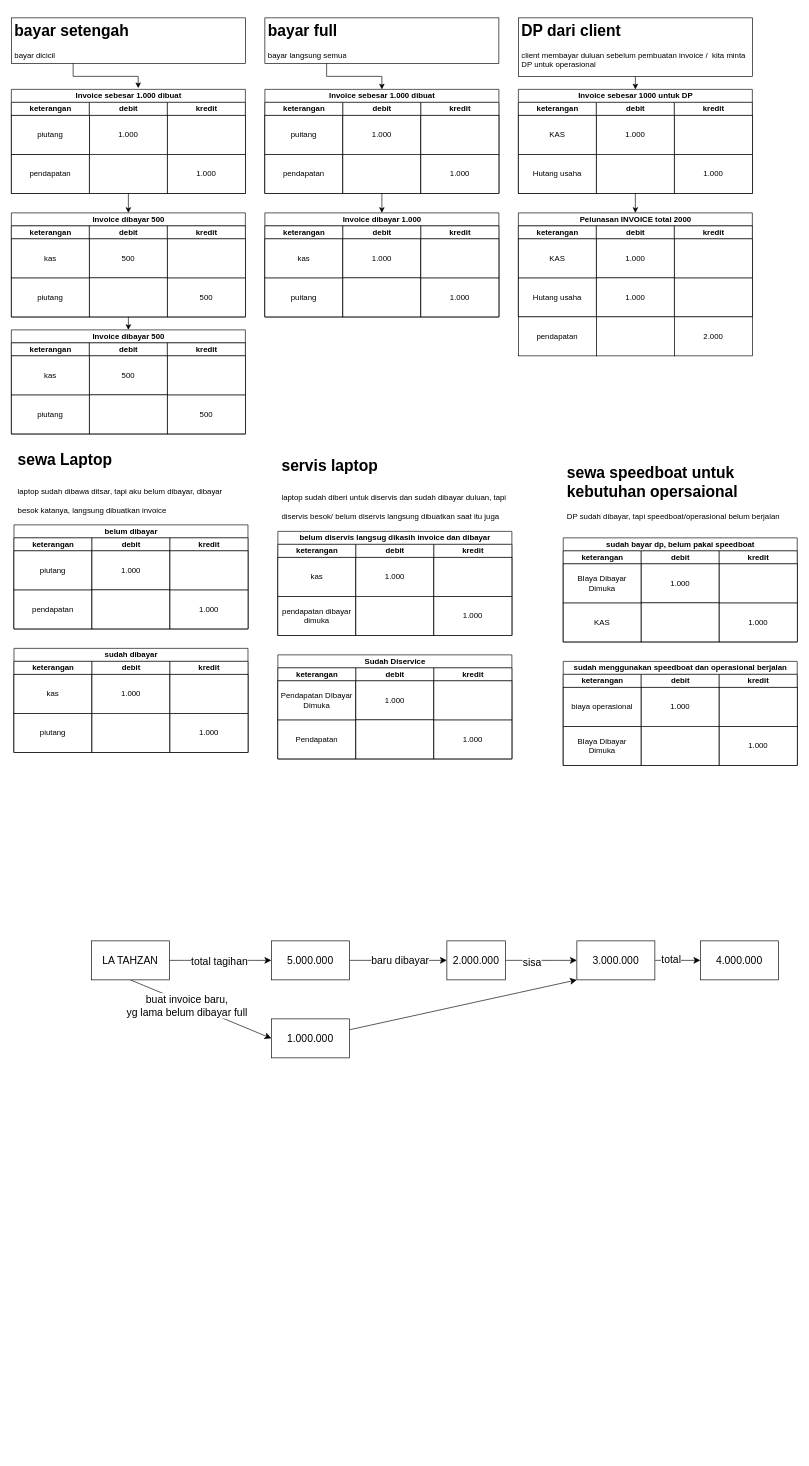
The draw.io diagram transaksi piutang.drawio in mieburungdara/draw.io_transaksipuitang, before the edit. Source tidied: cells renumbered, new cells numbered last; positions are measured from the earlier drawing's top-left corner, leaving out a move shared by most shapes. Both pictures are drawn from the tidied source at 65%, with x=0, y=0 at pixel (11, 18).
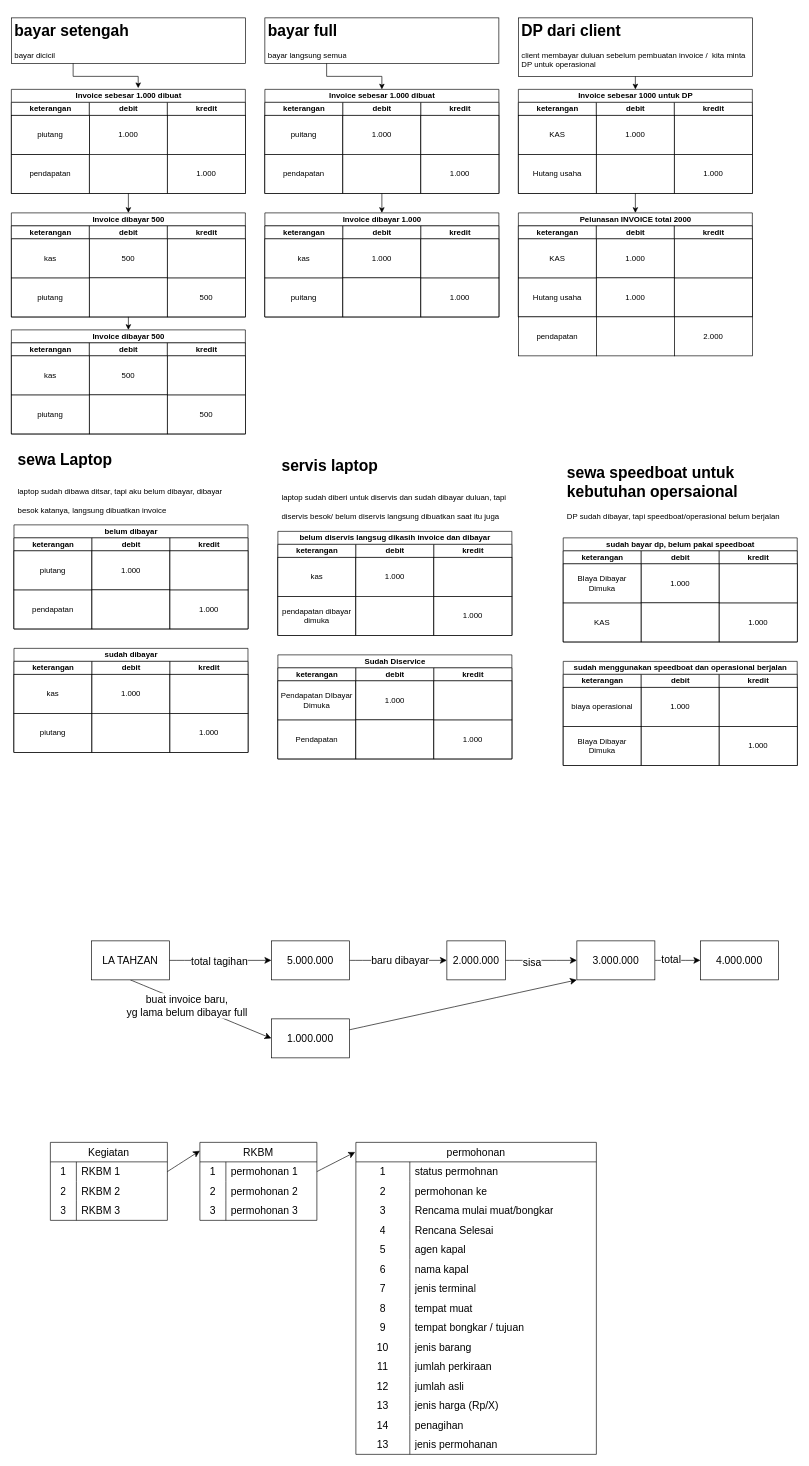
The same diagram, later.

What changed in the source:
```diff
@@
+    <mxCell id="169" value="RKBM" style="shape=table;startSize=30;childLayout=tableLayout;rowLines=0;fontStyle=0;strokeColor=default;fontSize=16;" parent="1" vertex="1">
+      <mxGeometry x="290" y="1730" width="180" height="120" as="geometry" />
+    </mxCell>
+    <mxCell id="170" style="shape=tableRow;horizontal=0;startSize=0;swimlaneHead=0;swimlaneBody=0;top=0;left=0;bottom=0;right=0;fillColor=none;points=[[0,0.5],[1,0.5]];portConstraint=eastwest;strokeColor=inherit;fontSize=16;" parent="169" vertex="1">
+      <mxGeometry y="30" width="180" height="30" as="geometry" />
+    </mxCell>
+    <mxCell id="171" value="1" style="shape=partialRectangle;html=1;whiteSpace=wrap;fillColor=none;top=0;left=0;bottom=0;right=0;overflow=hidden;strokeColor=inherit;fontSize=16;" parent="170" vertex="1">
+      <mxGeometry width="40" height="30" as="geometry" />
+    </mxCell>
+    <mxCell id="172" value="permohonan 1" style="shape=partialRectangle;html=1;whiteSpace=wrap;fillColor=none;top=0;left=0;bottom=0;right=0;align=left;spacingLeft=6;overflow=hidden;strokeColor=inherit;fontSize=16;" parent="170" vertex="1">
+      <mxGeometry x="40" width="140" height="30" as="geometry" />
+    </mxCell>
+    <mxCell id="173" style="shape=tableRow;horizontal=0;startSize=0;swimlaneHead=0;swimlaneBody=0;top=0;left=0;bottom=0;right=0;fillColor=none;strokeColor=inherit;fontSize=16;" parent="169" vertex="1">
+      <mxGeometry y="60" width="180" height="30" as="geometry" />
+    </mxCell>
+    <mxCell id="174" value="2" style="shape=partialRectangle;html=1;whiteSpace=wrap;fillColor=none;top=0;left=0;bottom=0;right=0;overflow=hidden;strokeColor=inherit;fontSize=16;" parent="173" vertex="1">
+      <mxGeometry width="40" height="30" as="geometry" />
+    </mxCell>
+    <mxCell id="175" value="permohonan&amp;nbsp;2" style="shape=partialRectangle;html=1;whiteSpace=wrap;fillColor=none;top=0;left=0;bottom=0;right=0;align=left;spacingLeft=6;overflow=hidden;strokeColor=inherit;fontSize=16;" parent="173" vertex="1">
+      <mxGeometry x="40" width="140" height="30" as="geometry" />
+    </mxCell>
+    <mxCell id="176" style="shape=tableRow;horizontal=0;startSize=0;swimlaneHead=0;swimlaneBody=0;top=0;left=0;bottom=0;right=0;fillColor=none;strokeColor=inherit;fontSize=16;" parent="169" vertex="1">
+      <mxGeometry y="90" width="180" height="30" as="geometry" />
+    </mxCell>
+    <mxCell id="177" value="3" style="shape=partialRectangle;html=1;whiteSpace=wrap;fillColor=none;top=0;left=0;bottom=0;right=0;overflow=hidden;strokeColor=inherit;fontSize=16;" parent="176" vertex="1">
+      <mxGeometry width="40" height="30" as="geometry" />
+    </mxCell>
+    <mxCell id="178" value="permohonan&amp;nbsp;3" style="shape=partialRectangle;html=1;whiteSpace=wrap;fillColor=none;top=0;left=0;bottom=0;right=0;align=left;spacingLeft=6;overflow=hidden;strokeColor=inherit;fontSize=16;" parent="176" vertex="1">
+      <mxGeometry x="40" width="140" height="30" as="geometry" />
+    </mxCell>
+    <mxCell id="179" value="Kegiatan" style="shape=table;startSize=30;childLayout=tableLayout;rowLines=0;fontStyle=0;strokeColor=default;fontSize=16;" parent="1" vertex="1">
+      <mxGeometry x="60" y="1730" width="180" height="120" as="geometry" />
+    </mxCell>
+    <mxCell id="180" style="shape=tableRow;horizontal=0;startSize=0;swimlaneHead=0;swimlaneBody=0;top=0;left=0;bottom=0;right=0;fillColor=none;points=[[0,0.5],[1,0.5]];portConstraint=eastwest;strokeColor=inherit;fontSize=16;" parent="179" vertex="1">
+      <mxGeometry y="30" width="180" height="30" as="geometry" />
+    </mxCell>
+    <mxCell id="181" value="1" style="shape=partialRectangle;html=1;whiteSpace=wrap;fillColor=none;top=0;left=0;bottom=0;right=0;overflow=hidden;strokeColor=inherit;fontSize=16;" parent="180" vertex="1">
+      <mxGeometry width="40" height="30" as="geometry" />
+    </mxCell>
+    <mxCell id="182" value="RKBM 1" style="shape=partialRectangle;html=1;whiteSpace=wrap;fillColor=none;top=0;left=0;bottom=0;right=0;align=left;spacingLeft=6;overflow=hidden;strokeColor=inherit;fontSize=16;" parent="180" vertex="1">
+      <mxGeometry x="40" width="140" height="30" as="geometry" />
+    </mxCell>
+    <mxCell id="183" style="shape=tableRow;horizontal=0;startSize=0;swimlaneHead=0;swimlaneBody=0;top=0;left=0;bottom=0;right=0;fillColor=none;strokeColor=inherit;fontSize=16;" parent="179" vertex="1">
+      <mxGeometry y="60" width="180" height="30" as="geometry" />
+    </mxCell>
+    <mxCell id="184" value="2" style="shape=partialRectangle;html=1;whiteSpace=wrap;fillColor=none;top=0;left=0;bottom=0;right=0;overflow=hidden;strokeColor=inherit;fontSize=16;" parent="183" vertex="1">
+      <mxGeometry width="40" height="30" as="geometry" />
+    </mxCell>
+    <mxCell id="185" value="RKBM&amp;nbsp;2" style="shape=partialRectangle;html=1;whiteSpace=wrap;fillColor=none;top=0;left=0;bottom=0;right=0;align=left;spacingLeft=6;overflow=hidden;strokeColor=inherit;fontSize=16;" parent="183" vertex="1">
+      <mxGeometry x="40" width="140" height="30" as="geometry" />
+    </mxCell>
+    <mxCell id="186" style="shape=tableRow;horizontal=0;startSize=0;swimlaneHead=0;swimlaneBody=0;top=0;left=0;bottom=0;right=0;fillColor=none;strokeColor=inherit;fontSize=16;" parent="179" vertex="1">
+      <mxGeometry y="90" width="180" height="30" as="geometry" />
+    </mxCell>
+    <mxCell id="187" value="3" style="shape=partialRectangle;html=1;whiteSpace=wrap;fillColor=none;top=0;left=0;bottom=0;right=0;overflow=hidden;strokeColor=inherit;fontSize=16;" parent="186" vertex="1">
+      <mxGeometry width="40" height="30" as="geometry" />
+    </mxCell>
+    <mxCell id="188" value="RKBM&amp;nbsp;3" style="shape=partialRectangle;html=1;whiteSpace=wrap;fillColor=none;top=0;left=0;bottom=0;right=0;align=left;spacingLeft=6;overflow=hidden;strokeColor=inherit;fontSize=16;" parent="186" vertex="1">
+      <mxGeometry x="40" width="140" height="30" as="geometry" />
+    </mxCell>
+    <mxCell id="189" style="edgeStyle=none;curved=1;rounded=0;jettySize=auto;html=1;exitX=1;exitY=0.5;exitDx=0;exitDy=0;entryX=0;entryY=0.108;entryDx=0;entryDy=0;entryPerimeter=0;fontSize=12;startSize=8;endSize=8;" parent="1" edge="1" source="180" target="169">
+      <mxGeometry relative="1" as="geometry" />
+    </mxCell>
+    <mxCell id="190" value="permohonan" style="shape=table;startSize=30;childLayout=tableLayout;rowLines=0;fontStyle=0;strokeColor=default;fontSize=16;" parent="1" vertex="1">
+      <mxGeometry x="530" y="1730" width="370" height="480" as="geometry" />
+    </mxCell>
+    <mxCell id="191" style="shape=tableRow;horizontal=0;startSize=0;swimlaneHead=0;swimlaneBody=0;top=0;left=0;bottom=0;right=0;fillColor=none;strokeColor=inherit;fontSize=16;" parent="190" vertex="1">
+      <mxGeometry y="30" width="370" height="30" as="geometry" />
+    </mxCell>
+    <mxCell id="192" value="1" style="shape=partialRectangle;html=1;whiteSpace=wrap;fillColor=none;top=0;left=0;bottom=0;right=0;overflow=hidden;strokeColor=inherit;fontSize=16;" parent="191" vertex="1">
+      <mxGeometry width="83" height="30" as="geometry" />
+    </mxCell>
+    <mxCell id="193" value="status permohnan" style="shape=partialRectangle;html=1;whiteSpace=wrap;fillColor=none;top=0;left=0;bottom=0;right=0;align=left;spacingLeft=6;overflow=hidden;strokeColor=inherit;fontSize=16;" parent="191" vertex="1">
+      <mxGeometry x="83" width="287" height="30" as="geometry" />
+    </mxCell>
+    <mxCell id="194" style="shape=tableRow;horizontal=0;startSize=0;swimlaneHead=0;swimlaneBody=0;top=0;left=0;bottom=0;right=0;fillColor=none;strokeColor=inherit;fontSize=16;" parent="190" vertex="1">
+      <mxGeometry y="60" width="370" height="30" as="geometry" />
+    </mxCell>
+    <mxCell id="195" value="2" style="shape=partialRectangle;html=1;whiteSpace=wrap;fillColor=none;top=0;left=0;bottom=0;right=0;overflow=hidden;strokeColor=inherit;fontSize=16;" parent="194" vertex="1">
+      <mxGeometry width="83" height="30" as="geometry" />
+    </mxCell>
+    <mxCell id="196" value="permohonan ke" style="shape=partialRectangle;html=1;whiteSpace=wrap;fillColor=none;top=0;left=0;bottom=0;right=0;align=left;spacingLeft=6;overflow=hidden;strokeColor=inherit;fontSize=16;" parent="194" vertex="1">
+      <mxGeometry x="83" width="287" height="30" as="geometry" />
+    </mxCell>
+    <mxCell id="197" style="shape=tableRow;horizontal=0;startSize=0;swimlaneHead=0;swimlaneBody=0;top=0;left=0;bottom=0;right=0;fillColor=none;strokeColor=inherit;fontSize=16;" parent="190" vertex="1">
+      <mxGeometry y="90" width="370" height="30" as="geometry" />
+    </mxCell>
+    <mxCell id="198" value="3" style="shape=partialRectangle;html=1;whiteSpace=wrap;fillColor=none;top=0;left=0;bottom=0;right=0;overflow=hidden;strokeColor=inherit;fontSize=16;" parent="197" vertex="1">
+      <mxGeometry width="83" height="30" as="geometry" />
+    </mxCell>
+    <mxCell id="199" value="Rencama mulai muat/bongkar" style="shape=partialRectangle;html=1;whiteSpace=wrap;fillColor=none;top=0;left=0;bottom=0;right=0;align=left;spacingLeft=6;overflow=hidden;strokeColor=inherit;fontSize=16;" parent="197" vertex="1">
+      <mxGeometry x="83" width="287" height="30" as="geometry" />
+    </mxCell>
+    <mxCell id="200" style="shape=tableRow;horizontal=0;startSize=0;swimlaneHead=0;swimlaneBody=0;top=0;left=0;bottom=0;right=0;fillColor=none;strokeColor=inherit;fontSize=16;" parent="190" vertex="1">
+      <mxGeometry y="120" width="370" height="30" as="geometry" />
+    </mxCell>
+    <mxCell id="201" value="4" style="shape=partialRectangle;html=1;whiteSpace=wrap;fillColor=none;top=0;left=0;bottom=0;right=0;overflow=hidden;strokeColor=inherit;fontSize=16;" parent="200" vertex="1">
+      <mxGeometry width="83" height="30" as="geometry" />
+    </mxCell>
+    <mxCell id="202" value="Rencana Selesai" style="shape=partialRectangle;html=1;whiteSpace=wrap;fillColor=none;top=0;left=0;bottom=0;right=0;align=left;spacingLeft=6;overflow=hidden;strokeColor=inherit;fontSize=16;" parent="200" vertex="1">
+      <mxGeometry x="83" width="287" height="30" as="geometry" />
+    </mxCell>
+    <mxCell id="203" style="shape=tableRow;horizontal=0;startSize=0;swimlaneHead=0;swimlaneBody=0;top=0;left=0;bottom=0;right=0;fillColor=none;strokeColor=inherit;fontSize=16;" parent="190" vertex="1">
+      <mxGeometry y="150" width="370" height="30" as="geometry" />
+    </mxCell>
+    <mxCell id="204" value="5" style="shape=partialRectangle;html=1;whiteSpace=wrap;fillColor=none;top=0;left=0;bottom=0;right=0;overflow=hidden;strokeColor=inherit;fontSize=16;" parent="203" vertex="1">
+      <mxGeometry width="83" height="30" as="geometry" />
+    </mxCell>
+    <mxCell id="205" value="agen kapal" style="shape=partialRectangle;html=1;whiteSpace=wrap;fillColor=none;top=0;left=0;bottom=0;right=0;align=left;spacingLeft=6;overflow=hidden;strokeColor=inherit;fontSize=16;" parent="203" vertex="1">
+      <mxGeometry x="83" width="287" height="30" as="geometry" />
+    </mxCell>
+    <mxCell id="206" style="shape=tableRow;horizontal=0;startSize=0;swimlaneHead=0;swimlaneBody=0;top=0;left=0;bottom=0;right=0;fillColor=none;strokeColor=inherit;fontSize=16;" parent="190" vertex="1">
+      <mxGeometry y="180" width="370" height="30" as="geometry" />
+    </mxCell>
+    <mxCell id="207" value="6" style="shape=partialRectangle;html=1;whiteSpace=wrap;fillColor=none;top=0;left=0;bottom=0;right=0;overflow=hidden;strokeColor=inherit;fontSize=16;" parent="206" vertex="1">
+      <mxGeometry width="83" height="30" as="geometry" />
+    </mxCell>
+    <mxCell id="208" value="nama kapal" style="shape=partialRectangle;html=1;whiteSpace=wrap;fillColor=none;top=0;left=0;bottom=0;right=0;align=left;spacingLeft=6;overflow=hidden;strokeColor=inherit;fontSize=16;" parent="206" vertex="1">
+      <mxGeometry x="83" width="287" height="30" as="geometry" />
+    </mxCell>
+    <mxCell id="209" style="shape=tableRow;horizontal=0;startSize=0;swimlaneHead=0;swimlaneBody=0;top=0;left=0;bottom=0;right=0;fillColor=none;strokeColor=inherit;fontSize=16;" parent="190" vertex="1">
+      <mxGeometry y="210" width="370" height="30" as="geometry" />
+    </mxCell>
+    <mxCell id="210" value="7" style="shape=partialRectangle;html=1;whiteSpace=wrap;fillColor=none;top=0;left=0;bottom=0;right=0;overflow=hidden;strokeColor=inherit;fontSize=16;" parent="209" vertex="1">
+      <mxGeometry width="83" height="30" as="geometry" />
+    </mxCell>
+    <mxCell id="211" value="jenis terminal" style="shape=partialRectangle;html=1;whiteSpace=wrap;fillColor=none;top=0;left=0;bottom=0;right=0;align=left;spacingLeft=6;overflow=hidden;strokeColor=inherit;fontSize=16;" parent="209" vertex="1">
+      <mxGeometry x="83" width="287" height="30" as="geometry" />
+    </mxCell>
+    <mxCell id="212" style="shape=tableRow;horizontal=0;startSize=0;swimlaneHead=0;swimlaneBody=0;top=0;left=0;bottom=0;right=0;fillColor=none;strokeColor=inherit;fontSize=16;" parent="190" vertex="1">
+      <mxGeometry y="240" width="370" height="30" as="geometry" />
+    </mxCell>
+    <mxCell id="213" value="8" style="shape=partialRectangle;html=1;whiteSpace=wrap;fillColor=none;top=0;left=0;bottom=0;right=0;overflow=hidden;strokeColor=inherit;fontSize=16;" parent="212" vertex="1">
+      <mxGeometry width="83" height="30" as="geometry" />
+    </mxCell>
+    <mxCell id="214" value="tempat muat" style="shape=partialRectangle;html=1;whiteSpace=wrap;fillColor=none;top=0;left=0;bottom=0;right=0;align=left;spacingLeft=6;overflow=hidden;strokeColor=inherit;fontSize=16;" parent="212" vertex="1">
+      <mxGeometry x="83" width="287" height="30" as="geometry" />
+    </mxCell>
+    <mxCell id="215" style="shape=tableRow;horizontal=0;startSize=0;swimlaneHead=0;swimlaneBody=0;top=0;left=0;bottom=0;right=0;fillColor=none;strokeColor=inherit;fontSize=16;" parent="190" vertex="1">
+      <mxGeometry y="270" width="370" height="30" as="geometry" />
+    </mxCell>
+    <mxCell id="216" value="9" style="shape=partialRectangle;html=1;whiteSpace=wrap;fillColor=none;top=0;left=0;bottom=0;right=0;overflow=hidden;strokeColor=inherit;fontSize=16;" parent="215" vertex="1">
+      <mxGeometry width="83" height="30" as="geometry" />
+    </mxCell>
+    <mxCell id="217" value="tempat bongkar / tujuan" style="shape=partialRectangle;html=1;whiteSpace=wrap;fillColor=none;top=0;left=0;bottom=0;right=0;align=left;spacingLeft=6;overflow=hidden;strokeColor=inherit;fontSize=16;" parent="215" vertex="1">
+      <mxGeometry x="83" width="287" height="30" as="geometry" />
+    </mxCell>
+    <mxCell id="218" style="shape=tableRow;horizontal=0;startSize=0;swimlaneHead=0;swimlaneBody=0;top=0;left=0;bottom=0;right=0;fillColor=none;strokeColor=inherit;fontSize=16;" parent="190" vertex="1">
+      <mxGeometry y="300" width="370" height="30" as="geometry" />
+    </mxCell>
+    <mxCell id="219" value="10" style="shape=partialRectangle;html=1;whiteSpace=wrap;fillColor=none;top=0;left=0;bottom=0;right=0;overflow=hidden;strokeColor=inherit;fontSize=16;" parent="218" vertex="1">
+      <mxGeometry width="83" height="30" as="geometry" />
+    </mxCell>
+    <mxCell id="220" value="jenis barang" style="shape=partialRectangle;html=1;whiteSpace=wrap;fillColor=none;top=0;left=0;bottom=0;right=0;align=left;spacingLeft=6;overflow=hidden;strokeColor=inherit;fontSize=16;" parent="218" vertex="1">
+      <mxGeometry x="83" width="287" height="30" as="geometry" />
+    </mxCell>
+    <mxCell id="221" style="shape=tableRow;horizontal=0;startSize=0;swimlaneHead=0;swimlaneBody=0;top=0;left=0;bottom=0;right=0;fillColor=none;strokeColor=inherit;fontSize=16;" parent="190" vertex="1">
+      <mxGeometry y="330" width="370" height="30" as="geometry" />
+    </mxCell>
+    <mxCell id="222" value="11" style="shape=partialRectangle;html=1;whiteSpace=wrap;fillColor=none;top=0;left=0;bottom=0;right=0;overflow=hidden;strokeColor=inherit;fontSize=16;" parent="221" vertex="1">
+      <mxGeometry width="83" height="30" as="geometry" />
+    </mxCell>
+    <mxCell id="223" value="jumlah perkiraan" style="shape=partialRectangle;html=1;whiteSpace=wrap;fillColor=none;top=0;left=0;bottom=0;right=0;align=left;spacingLeft=6;overflow=hidden;strokeColor=inherit;fontSize=16;" parent="221" vertex="1">
+      <mxGeometry x="83" width="287" height="30" as="geometry" />
+    </mxCell>
+    <mxCell id="224" style="shape=tableRow;horizontal=0;startSize=0;swimlaneHead=0;swimlaneBody=0;top=0;left=0;bottom=0;right=0;fillColor=none;strokeColor=inherit;fontSize=16;" parent="190" vertex="1">
+      <mxGeometry y="360" width="370" height="30" as="geometry" />
+    </mxCell>
+    <mxCell id="225" value="12" style="shape=partialRectangle;html=1;whiteSpace=wrap;fillColor=none;top=0;left=0;bottom=0;right=0;overflow=hidden;strokeColor=inherit;fontSize=16;" parent="224" vertex="1">
+      <mxGeometry width="83" height="30" as="geometry" />
+    </mxCell>
+    <mxCell id="226" value="jumlah asli" style="shape=partialRectangle;html=1;whiteSpace=wrap;fillColor=none;top=0;left=0;bottom=0;right=0;align=left;spacingLeft=6;overflow=hidden;strokeColor=inherit;fontSize=16;" parent="224" vertex="1">
+      <mxGeometry x="83" width="287" height="30" as="geometry" />
+    </mxCell>
+    <mxCell id="227" style="shape=tableRow;horizontal=0;startSize=0;swimlaneHead=0;swimlaneBody=0;top=0;left=0;bottom=0;right=0;fillColor=none;strokeColor=inherit;fontSize=16;" parent="190" vertex="1">
+      <mxGeometry y="390" width="370" height="30" as="geometry" />
+    </mxCell>
+    <mxCell id="228" value="13" style="shape=partialRectangle;html=1;whiteSpace=wrap;fillColor=none;top=0;left=0;bottom=0;right=0;overflow=hidden;strokeColor=inherit;fontSize=16;" parent="227" vertex="1">
+      <mxGeometry width="83" height="30" as="geometry" />
+    </mxCell>
+    <mxCell id="229" value="jenis harga (Rp/X)" style="shape=partialRectangle;html=1;whiteSpace=wrap;fillColor=none;top=0;left=0;bottom=0;right=0;align=left;spacingLeft=6;overflow=hidden;strokeColor=inherit;fontSize=16;" parent="227" vertex="1">
+      <mxGeometry x="83" width="287" height="30" as="geometry" />
+    </mxCell>
+    <mxCell id="230" style="shape=tableRow;horizontal=0;startSize=0;swimlaneHead=0;swimlaneBody=0;top=0;left=0;bottom=0;right=0;fillColor=none;strokeColor=inherit;fontSize=16;" parent="190" vertex="1">
+      <mxGeometry y="420" width="370" height="30" as="geometry" />
+    </mxCell>
+    <mxCell id="231" value="14" style="shape=partialRectangle;html=1;whiteSpace=wrap;fillColor=none;top=0;left=0;bottom=0;right=0;overflow=hidden;strokeColor=inherit;fontSize=16;" parent="230" vertex="1">
+      <mxGeometry width="83" height="30" as="geometry" />
+    </mxCell>
+    <mxCell id="232" value="penagihan" style="shape=partialRectangle;html=1;whiteSpace=wrap;fillColor=none;top=0;left=0;bottom=0;right=0;align=left;spacingLeft=6;overflow=hidden;strokeColor=inherit;fontSize=16;" parent="230" vertex="1">
+      <mxGeometry x="83" width="287" height="30" as="geometry" />
+    </mxCell>
+    <mxCell id="233" style="shape=tableRow;horizontal=0;startSize=0;swimlaneHead=0;swimlaneBody=0;top=0;left=0;bottom=0;right=0;fillColor=none;strokeColor=inherit;fontSize=16;" parent="190" vertex="1">
+      <mxGeometry y="450" width="370" height="30" as="geometry" />
+    </mxCell>
+    <mxCell id="234" value="13" style="shape=partialRectangle;html=1;whiteSpace=wrap;fillColor=none;top=0;left=0;bottom=0;right=0;overflow=hidden;strokeColor=inherit;fontSize=16;" parent="233" vertex="1">
+      <mxGeometry width="83" height="30" as="geometry" />
+    </mxCell>
+    <mxCell id="235" value="jenis permohanan" style="shape=partialRectangle;html=1;whiteSpace=wrap;fillColor=none;top=0;left=0;bottom=0;right=0;align=left;spacingLeft=6;overflow=hidden;strokeColor=inherit;fontSize=16;" parent="233" vertex="1">
+      <mxGeometry x="83" width="287" height="30" as="geometry" />
+    </mxCell>
+    <mxCell id="236" style="edgeStyle=none;curved=1;rounded=0;jettySize=auto;html=1;entryX=-0.003;entryY=0.031;entryDx=0;entryDy=0;entryPerimeter=0;fontSize=12;startSize=8;endSize=8;exitX=1;exitY=0.5;exitDx=0;exitDy=0;" parent="1" edge="1" source="170" target="190">
+      <mxGeometry relative="1" as="geometry" />
+    </mxCell>
```
